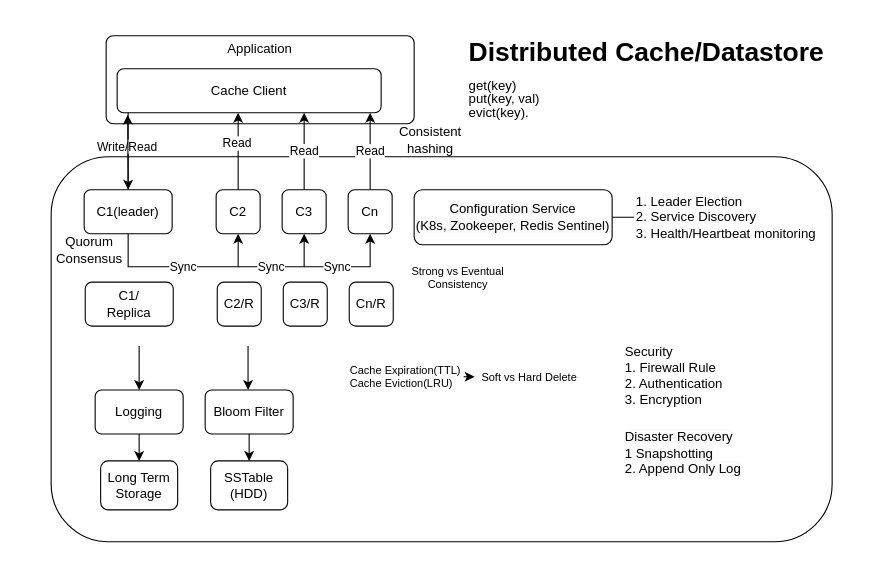
Above: Cache.drawio in xwq172677170/SysdDiagram (draw.io), before the change. Source tidied: cells renumbered, new cells numbered last; positions are measured from the earlier drawing's top-left corner, leaving out a move shared by most shapes. Both pictures are drawn from the tidied source at 110%, with x=0, y=0 at pixel (40, 30).
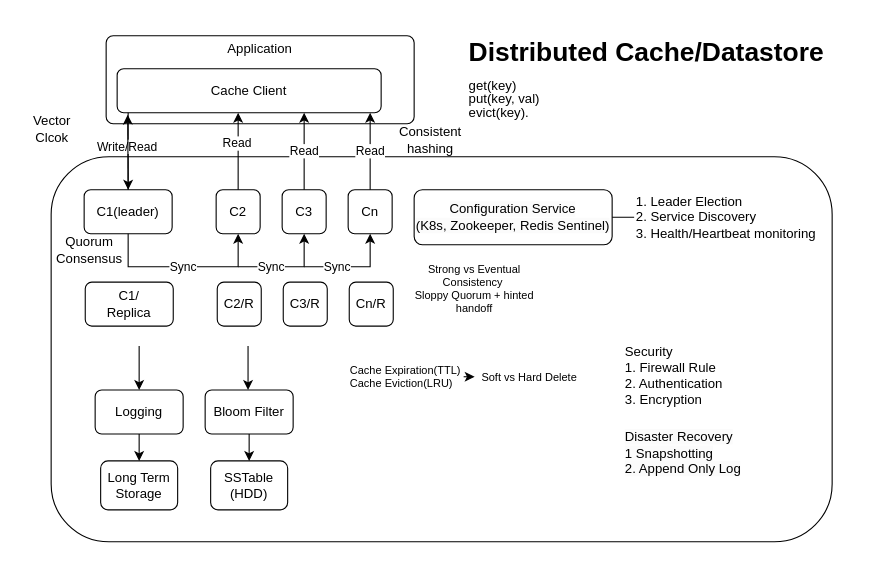
Above is the later version.

Diff of the diagram source:
```diff
@@
-    <mxCell id="15" value="Strong vs Eventual Consistency" style="text;html=1;strokeColor=none;fillColor=none;align=center;verticalAlign=middle;whiteSpace=wrap;rounded=0;fontSize=10;" parent="1" vertex="1">
-      <mxGeometry x="315" y="200" width="130" height="50" as="geometry" />
+    <mxCell id="15" value="Strong vs Eventual Consistency&amp;nbsp;&lt;br&gt;Sloppy Quorum + hinted handoff" style="text;html=1;strokeColor=none;fillColor=none;align=center;verticalAlign=middle;whiteSpace=wrap;rounded=0;fontSize=10;" parent="1" vertex="1">
+      <mxGeometry x="330" y="205" width="130" height="60" as="geometry" />
     </mxCell>
@@
+    <mxCell id="42" value="Vector Clcok" style="text;html=1;strokeColor=none;fillColor=none;align=center;verticalAlign=middle;whiteSpace=wrap;rounded=0;" parent="1" vertex="1">
+      <mxGeometry x="-19" y="75" width="60" height="30" as="geometry" />
+    </mxCell>
```
